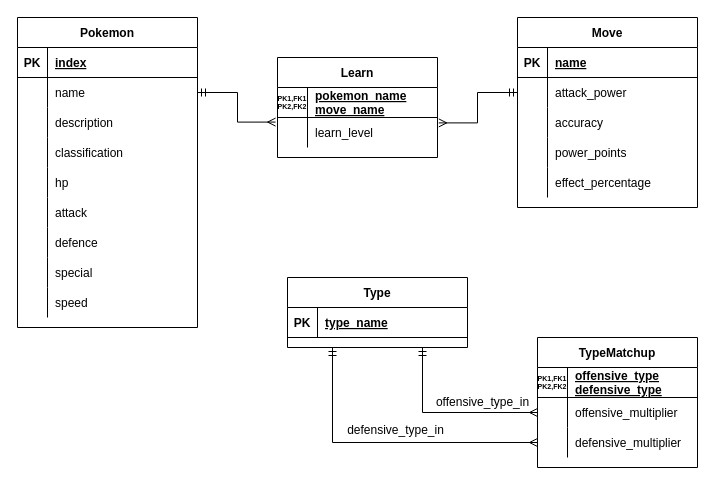
Before: Diagrams/Pokemon ERD.drawio in alex-tjellesen/csci213-final, a draw.io diagram. Source tidied: cells renumbered, new cells numbered last; positions are measured from the earlier drawing's top-left corner, leaving out a move shared by most shapes. Both pictures are drawn from the tidied source at 100%, with x=0, y=0 at pixel (17, 17).
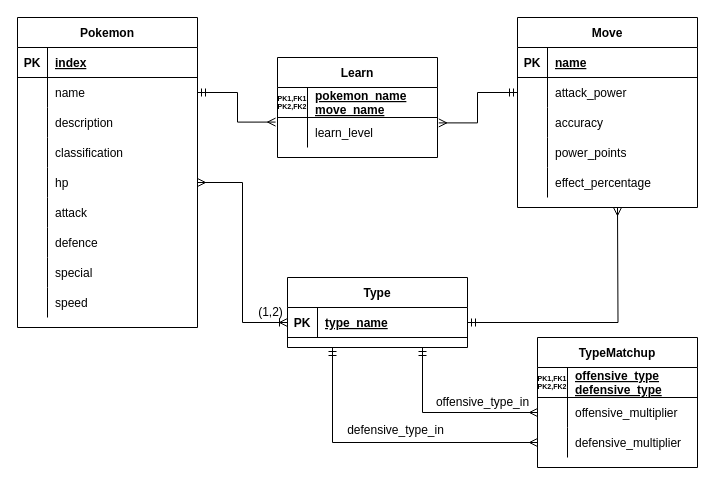
The same page after the edit.

Commit message:
type linked to pokemon and move | Pokemon ERD.drawio

Unchanged cells that the change refers to:
```xml
<mxCell id="15" style="shape=partialRectangle;fillColor=none;top=0;left=0;bottom=0;right=0;points=[[0,0.5],[1,0.5]];portConstraint=eastwest;fontSize=12;" parent="2" vertex="1">
  <mxGeometry y="150" width="180" height="30" as="geometry" />
</mxCell>
<mxCell id="56" style="shape=partialRectangle;fillColor=none;top=0;left=0;bottom=1;right=0;points=[[0,0.5],[1,0.5]];portConstraint=eastwest;" parent="55" vertex="1">
  <mxGeometry y="30" width="180" height="30" as="geometry" />
</mxCell>
```

The edit, as a diff of the source:
```diff
@@
+    <mxCell id="73" style="edgeStyle=orthogonalEdgeStyle;rounded=0;jettySize=auto;html=1;exitX=0;exitY=0.5;exitDx=0;exitDy=0;entryX=1;entryY=0.5;entryDx=0;entryDy=0;fontSize=12;startArrow=ERoneToMany;startFill=0;endArrow=ERmany;endFill=0;" parent="1" edge="1" source="56" target="15">
+      <mxGeometry relative="1" as="geometry" />
+    </mxCell>
+    <mxCell id="74" value="(1,2)" style="text;html=1;align=center;verticalAlign=middle;strokeColor=none;fillColor=none;fontSize=12;" parent="1" vertex="1">
+      <mxGeometry x="233" y="285" width="40" height="20" as="geometry" />
+    </mxCell>
+    <mxCell id="75" style="edgeStyle=orthogonalEdgeStyle;rounded=0;jettySize=auto;html=1;exitX=1;exitY=0.5;exitDx=0;exitDy=0;fontSize=12;startArrow=ERmandOne;startFill=0;endArrow=ERmany;endFill=0;" parent="1" edge="1" source="56">
+      <mxGeometry relative="1" as="geometry">
+        <mxPoint x="600" y="190" as="targetPoint" />
+      </mxGeometry>
+    </mxCell>
```
